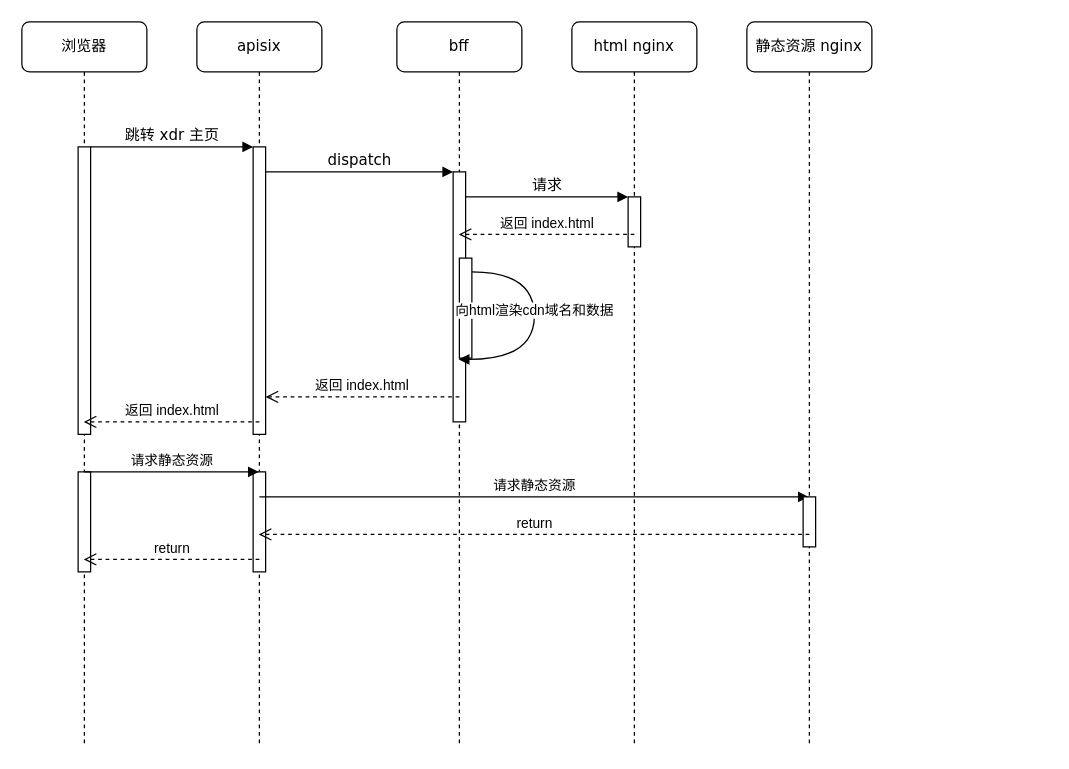
Above: sxf-front-end-optimize-publish/前端调用链路优化方案一html请求链路.drawio in doukangtai/draw.io (draw.io), before the change. Source tidied: cells renumbered, new cells numbered last; positions are measured from the earlier drawing's top-left corner, leaving out a move shared by most shapes. Both pictures are drawn from the tidied source at 125%, with x=0, y=0 at pixel (21, 21).
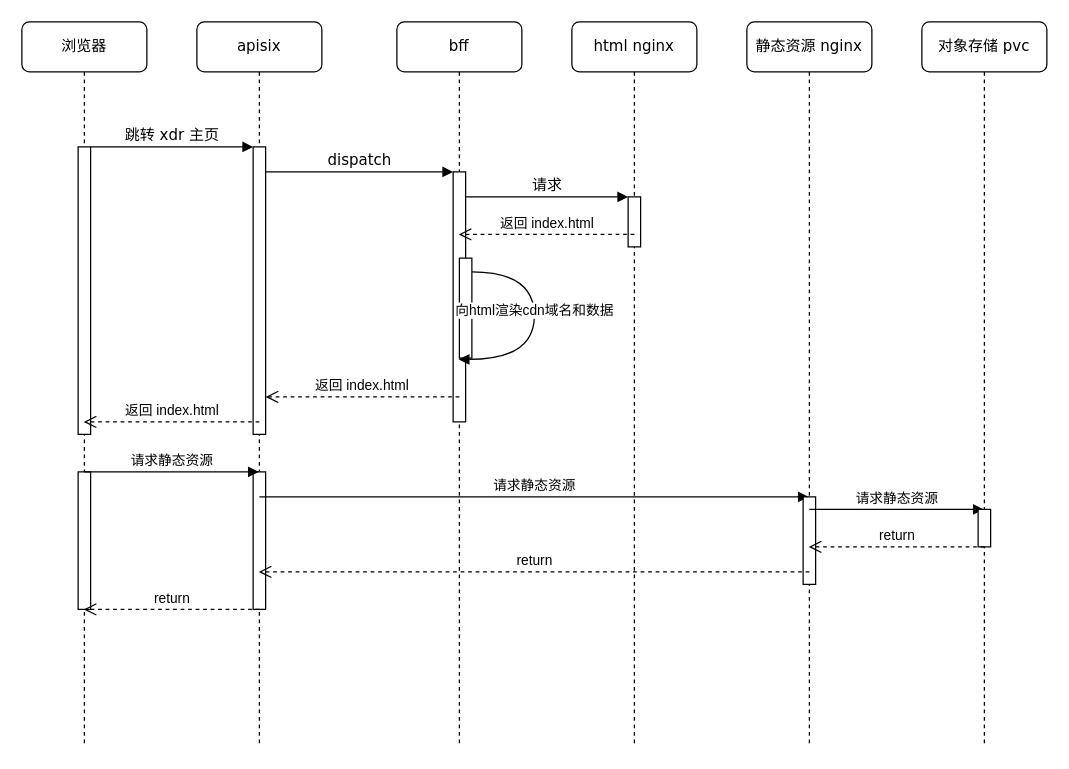
After the change.

Commit message:
更新前端调用链路优化方案一html请求链路.drawio

The change refers to these unchanged cells:
```xml
<mxCell id="2" value="apisix" style="shape=umlLifeline;perimeter=lifelinePerimeter;whiteSpace=wrap;html=1;outlineConnect=0;rounded=1;shadow=0;comic=0;labelBackgroundColor=none;strokeWidth=1;fontFamily=Verdana;fontSize=12;align=center;" parent="1" vertex="1">
  <mxGeometry x="140" width="100" height="580" as="geometry" />
</mxCell>
<mxCell id="11" value="静态资源 nginx" style="shape=umlLifeline;perimeter=lifelinePerimeter;whiteSpace=wrap;html=1;outlineConnect=0;rounded=1;shadow=0;comic=0;labelBackgroundColor=none;strokeWidth=1;fontFamily=Verdana;fontSize=12;align=center;" parent="1" vertex="1">
  <mxGeometry x="580" width="100" height="580" as="geometry" />
</mxCell>
<mxCell id="13" value="浏览器" style="shape=umlLifeline;perimeter=lifelinePerimeter;whiteSpace=wrap;html=1;outlineConnect=0;rounded=1;shadow=0;comic=0;labelBackgroundColor=none;strokeWidth=1;fontFamily=Verdana;fontSize=12;align=center;" parent="1" vertex="1">
  <mxGeometry width="100" height="580" as="geometry" />
</mxCell>
```

The edit, as a diff of the source:
```diff
@@
     <mxCell id="4" style="html=1;perimeter=orthogonalPerimeter;targetShapes=umlLifeline;newEdgeStyle={&quot;edgeStyle&quot;:&quot;elbowEdgeStyle&quot;,&quot;elbow&quot;:&quot;vertical&quot;,&quot;curved&quot;:0,&quot;rounded&quot;:0};" parent="2" vertex="1">
-      <mxGeometry x="45" y="360" width="10" height="80" as="geometry" />
+      <mxGeometry x="45" y="360" width="10" height="110" as="geometry" />
     </mxCell>
@@
     <mxCell id="12" style="html=1;perimeter=orthogonalPerimeter;targetShapes=umlLifeline;newEdgeStyle={&quot;edgeStyle&quot;:&quot;elbowEdgeStyle&quot;,&quot;elbow&quot;:&quot;vertical&quot;,&quot;curved&quot;:0,&quot;rounded&quot;:0};" parent="11" vertex="1">
-      <mxGeometry x="45" y="380" width="10" height="40" as="geometry" />
+      <mxGeometry x="45" y="380" width="10" height="70" as="geometry" />
     </mxCell>
+    <mxCell id="26" value="请求静态资源" style="html=1;verticalAlign=bottom;endArrow=block;edgeStyle=elbowEdgeStyle;elbow=vertical;curved=0;rounded=0;" parent="11" edge="1" target="27">
+      <mxGeometry relative="1" as="geometry">
+        <mxPoint x="50" y="390" as="sourcePoint" />
+      </mxGeometry>
+    </mxCell>
@@
     <mxCell id="15" style="html=1;perimeter=orthogonalPerimeter;targetShapes=umlLifeline;newEdgeStyle={&quot;edgeStyle&quot;:&quot;elbowEdgeStyle&quot;,&quot;elbow&quot;:&quot;vertical&quot;,&quot;curved&quot;:0,&quot;rounded&quot;:0};" parent="13" vertex="1">
-      <mxGeometry x="45" y="360" width="10" height="80" as="geometry" />
+      <mxGeometry x="45" y="360" width="10" height="110" as="geometry" />
     </mxCell>
@@
     <mxCell id="24" value="return" style="html=1;verticalAlign=bottom;endArrow=open;dashed=1;endSize=8;edgeStyle=elbowEdgeStyle;elbow=vertical;curved=0;rounded=0;" parent="1" edge="1" target="2">
       <mxGeometry relative="1" as="geometry">
-        <mxPoint x="630" y="410" as="sourcePoint" />
+        <mxPoint x="630" y="440" as="sourcePoint" />
+        <Array as="points">
+          <mxPoint x="520" y="440" />
+        </Array>
       </mxGeometry>
     </mxCell>
     <mxCell id="25" value="return" style="html=1;verticalAlign=bottom;endArrow=open;dashed=1;endSize=8;edgeStyle=elbowEdgeStyle;elbow=vertical;curved=0;rounded=0;" parent="1" edge="1" target="13">
       <mxGeometry relative="1" as="geometry">
-        <mxPoint x="190" y="430" as="sourcePoint" />
+        <mxPoint x="190" y="470" as="sourcePoint" />
+        <Array as="points">
+          <mxPoint x="140" y="470" />
+        </Array>
       </mxGeometry>
     </mxCell>
+    <mxCell id="27" value="对象存储 pvc" style="shape=umlLifeline;perimeter=lifelinePerimeter;whiteSpace=wrap;html=1;outlineConnect=0;rounded=1;shadow=0;comic=0;labelBackgroundColor=none;strokeWidth=1;fontFamily=Verdana;fontSize=12;align=center;" parent="1" vertex="1">
+      <mxGeometry x="720" width="100" height="580" as="geometry" />
+    </mxCell>
+    <mxCell id="28" style="html=1;perimeter=orthogonalPerimeter;targetShapes=umlLifeline;newEdgeStyle={&quot;edgeStyle&quot;:&quot;elbowEdgeStyle&quot;,&quot;elbow&quot;:&quot;vertical&quot;,&quot;curved&quot;:0,&quot;rounded&quot;:0};" parent="27" vertex="1">
+      <mxGeometry x="45" y="390" width="10" height="30" as="geometry" />
+    </mxCell>
+    <mxCell id="29" value="return" style="html=1;verticalAlign=bottom;endArrow=open;dashed=1;endSize=8;edgeStyle=elbowEdgeStyle;elbow=vertical;curved=0;rounded=0;" parent="1" edge="1" target="11">
+      <mxGeometry relative="1" as="geometry">
+        <mxPoint x="770" y="420" as="sourcePoint" />
+      </mxGeometry>
+    </mxCell>
```
